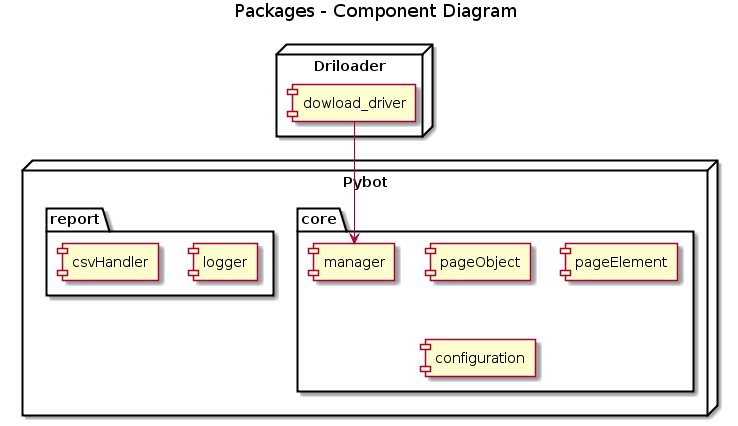
Earlier version of the PlantUML export 04-figuras/model.png (viegas/pybot_latex). Its diagram source:
```plantuml
@startuml
title Packages - Component Diagram

node "Driloader" {
    [dowload_driver] as d
}


node "Pybot" {

    package "core" {
        [manager] as m
        [pageObject] as Po
        [pageElement] as Pe
        [configuration] as conf
    }
    package "report" {
        [logger] as l
        [csvHandler] as csv
    }

}


d -down-> m
@enduml
```
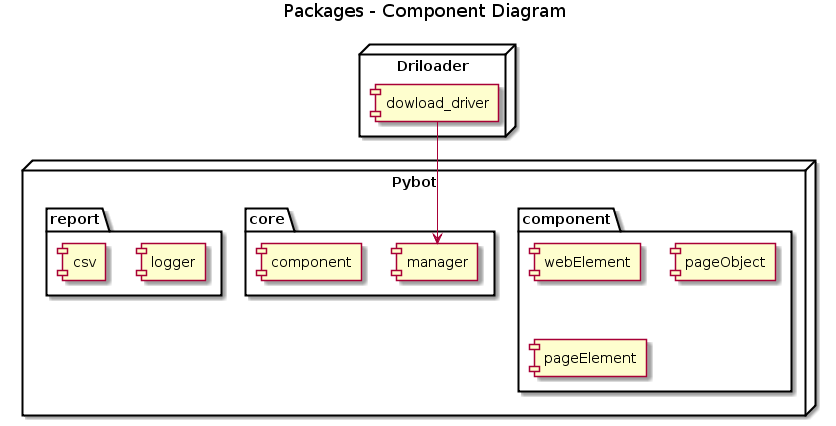
After the change.

Diff of the diagram source:
```diff
@@ -8,15 +8,19 @@
 
 node "Pybot" {
 
+    package "component" {
+        [webElement] as w
+        [pageObject] as Po
+        [pageElement] as Pe
+    }
+
     package "core" {
         [manager] as m
-        [pageObject] as Po
-        [pageElement] as Pe
-        [configuration] as conf
+        [component] as comp
     }
     package "report" {
         [logger] as l
-        [csvHandler] as csv
+        [csv] as csv
     }
 
 }
```
